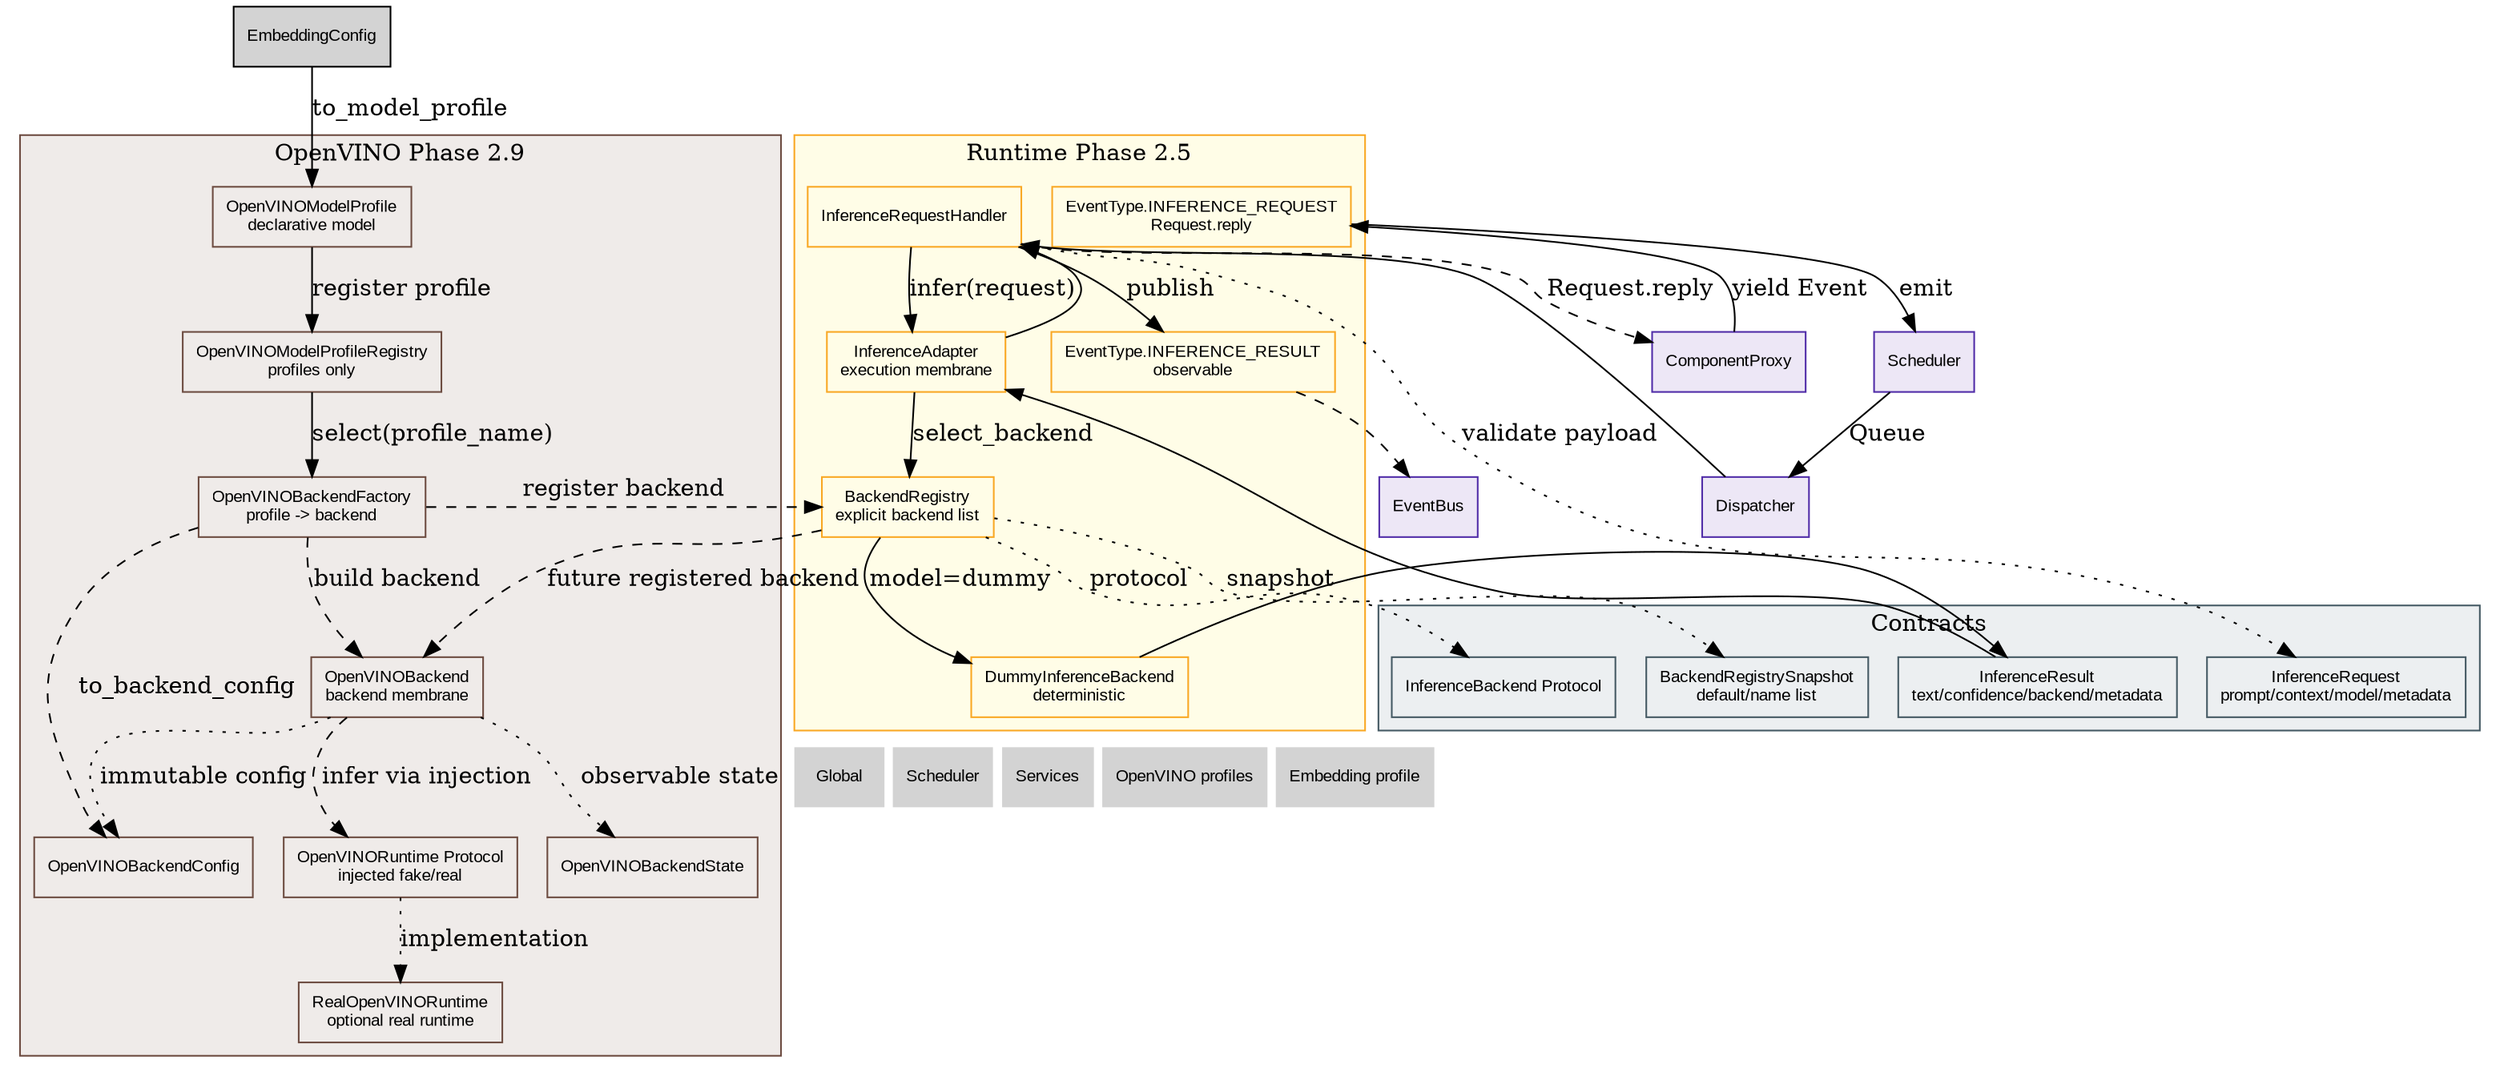
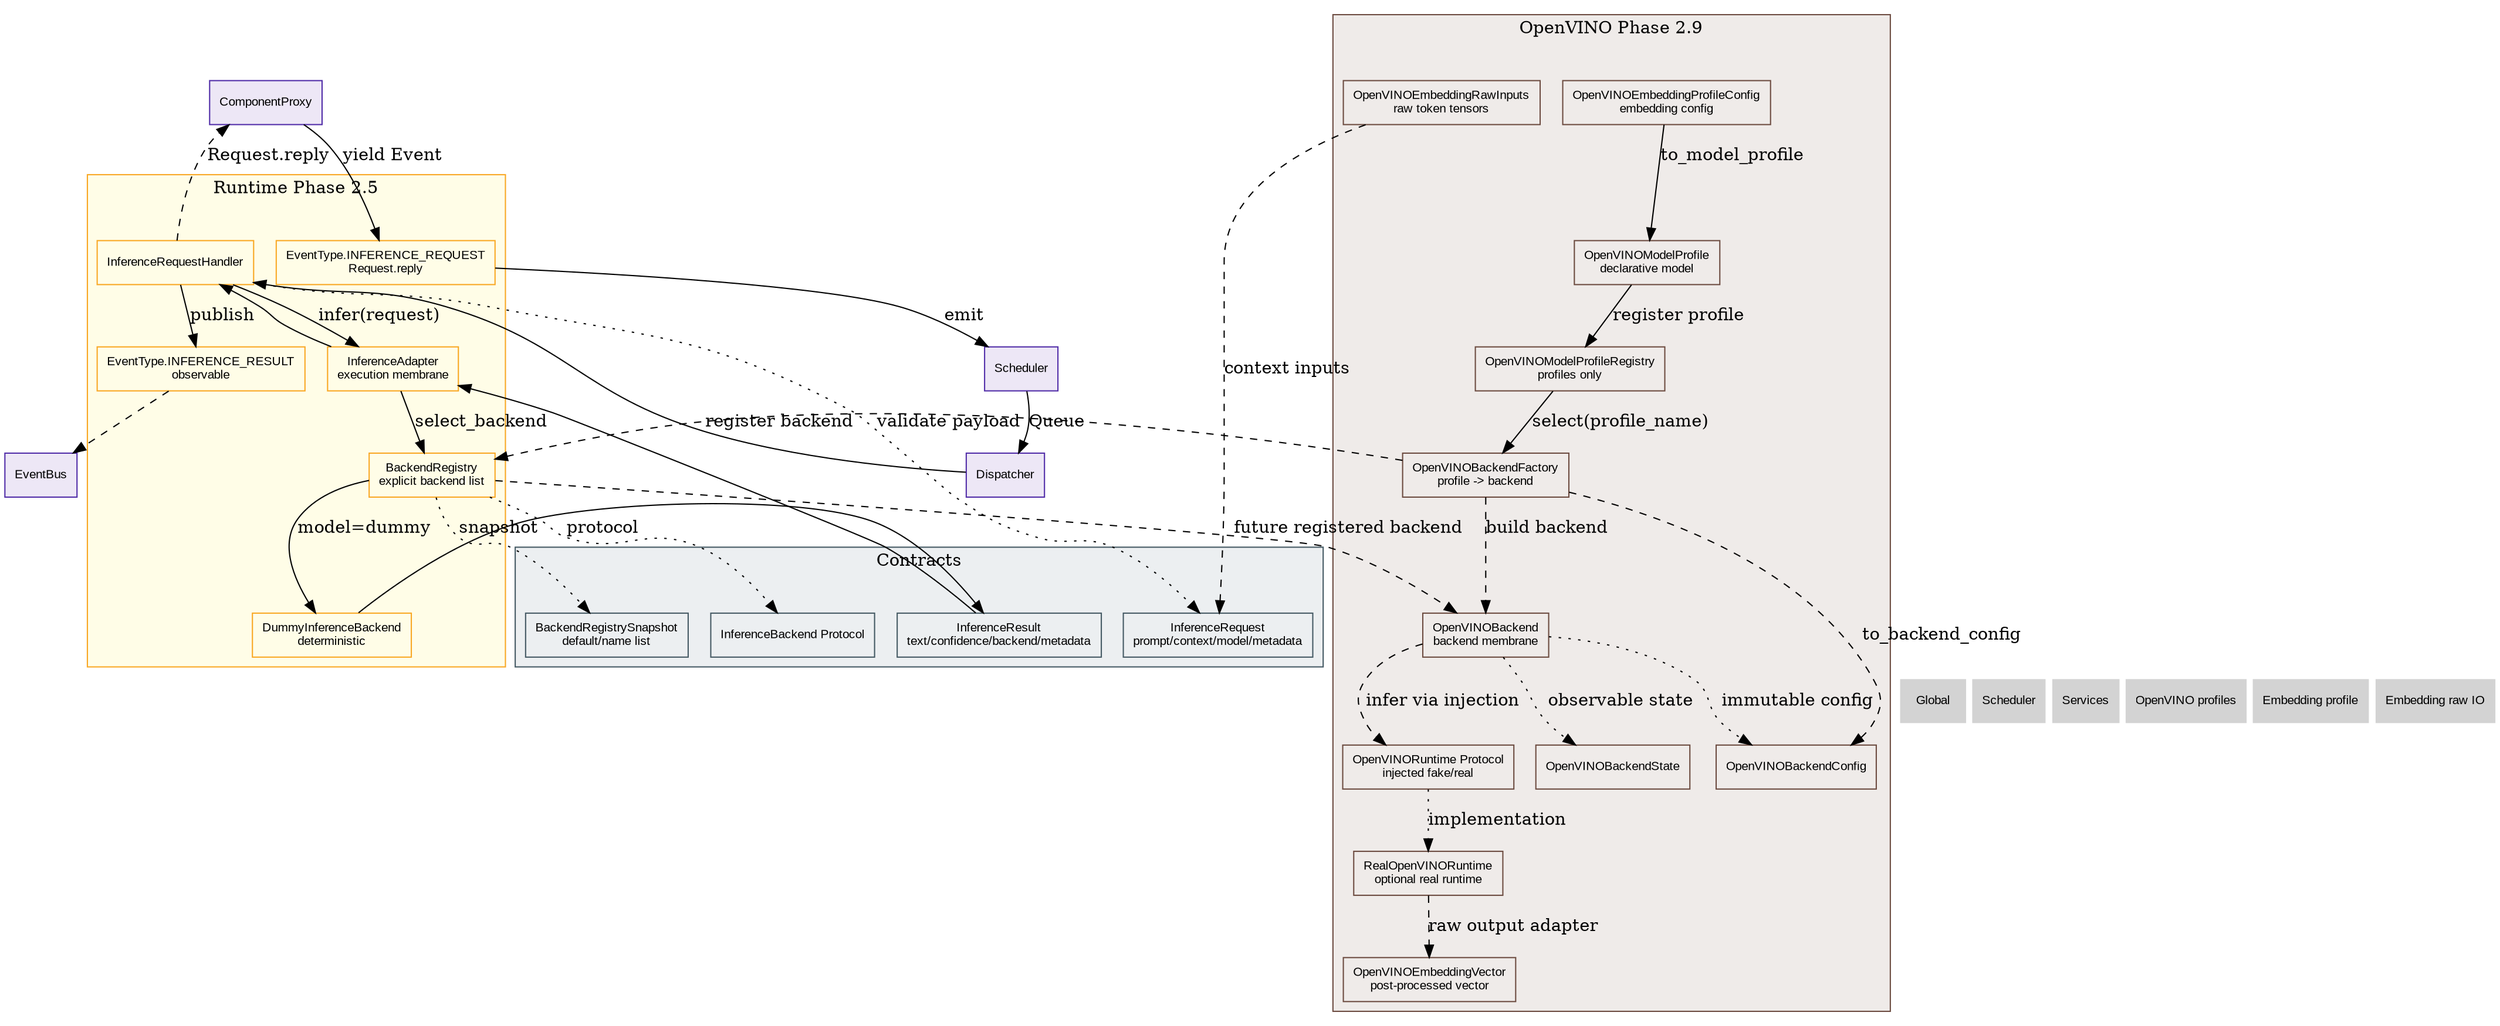
digraph Inference {
    // ROADMAP_ID: inference
    // ROADMAP_PARENT: 00_global.dot

    rankdir=TB;
    node [shape=box, style=filled, fontname="Arial", fontsize=10];

    // ROADMAP_NOTE[phase2_9]:
    // OpenVINOBackend possède maintenant un runtime réel optionnel isolé dans
    // inference/openvino_runtime.py. Le Scheduler, le Dispatcher et
    // ComponentProxy ne changent pas. Aucun modèle n'est imposé : le runtime
    // exécute uniquement des entrées OpenVINO brutes.

    // ROADMAP_NOTE[phase3_0]:
    // Les profils OpenVINO séparent le choix déclaratif des modèles de
    // BackendRegistry. On peut préparer embedding/generation/raw sans imposer
    // de tokenizer ni instancier OpenVINO.

    // ROADMAP_NOTE[phase3_1]:
    // OpenVINOBackendFactory devient le pont explicite entre profils déclarés
    // et backends enregistrés. Aucun fallback modèle n'est ajouté.

    // ROADMAP_NOTE[phase3_2]:
    // OpenVINOEmbeddingProfileConfig fournit une configuration de profil
    // embedding sans modèle local imposé et sans tokenizer intégré.
+ 
+     // ROADMAP_NOTE[phase3_3]:
+     // La couche embedding raw sépare tokens déjà préparés, inputs OpenVINO
+     // bruts, pooling/normalisation et vecteur final. Aucun tokenizer ni
+     // modèle précis n'est imposé.

    subgraph cluster_contracts {
        label="Contracts";
        color="#455a64";
        bgcolor="#eceff1";
        node [fillcolor="#eceff1", color="#455a64"];
        InferenceRequest [label="InferenceRequest\nprompt/context/model/metadata"];
        InferenceResult [label="InferenceResult\ntext/confidence/backend/metadata"];
        InferenceBackend [label="InferenceBackend Protocol"];
        RegistrySnapshot [label="BackendRegistrySnapshot\ndefault/name list"];
    }

    subgraph cluster_runtime {
        label="Runtime Phase 2.5";
        color="#f9a825";
        bgcolor="#fffde7";
        node [fillcolor="#fffde7", color="#f9a825"];
        EventRequest [label="EventType.INFERENCE_REQUEST\nRequest.reply"];
        Handler [label="InferenceRequestHandler"];
        Adapter [label="InferenceAdapter\nexecution membrane"];
        Registry [label="BackendRegistry\nexplicit backend list"];
        Dummy [label="DummyInferenceBackend\ndeterministic"];
        EventResult [label="EventType.INFERENCE_RESULT\nobservable"];
    }

    subgraph cluster_openvino_contract {
        label="OpenVINO Phase 2.9";
        color="#6d4c41";
        bgcolor="#efebe9";
        node [fillcolor="#efebe9", color="#6d4c41"];
        OpenVINO [label="OpenVINOBackend\nbackend membrane", URL="41_openvino_backend.svg"];
        OpenVINOConfig [label="OpenVINOBackendConfig"];
        OpenVINOState [label="OpenVINOBackendState"];
        OpenVINORuntime [label="OpenVINORuntime Protocol\ninjected fake/real"];
        RealRuntime [label="RealOpenVINORuntime\noptional real runtime", URL="42_openvino_runtime.svg"];
        ModelProfile [label="OpenVINOModelProfile\ndeclarative model", URL="43_openvino_profiles.svg"];
        ProfileRegistry [label="OpenVINOModelProfileRegistry\nprofiles only", URL="43_openvino_profiles.svg"];
        BackendFactory [label="OpenVINOBackendFactory\nprofile -> backend", URL="43_openvino_profiles.svg"];
+         EmbeddingConfig [label="OpenVINOEmbeddingProfileConfig\nembedding config", URL="44_openvino_embedding_profile.svg"];
+         EmbeddingRaw [label="OpenVINOEmbeddingRawInputs\nraw token tensors", URL="45_openvino_embedding_raw.svg"];
+         EmbeddingVector [label="OpenVINOEmbeddingVector\npost-processed vector", URL="45_openvino_embedding_raw.svg"];
    }

    Scheduler [fillcolor="#ede7f6", color="#512da8", URL="../scheduler/10_scheduler.svg"];
    Dispatcher [fillcolor="#ede7f6", color="#512da8", URL="../scheduler/dispatcher/11_dispatcher.svg"];
    ComponentProxy [fillcolor="#ede7f6", color="#512da8", URL="../scheduler/component_proxy/14_component_proxy.svg"];
    EventBus [fillcolor="#ede7f6", color="#512da8", URL="../scheduler/event_bus/12_event_bus.svg"];

    ComponentProxy -> EventRequest [label="yield Event"];
    EventRequest -> Scheduler [label="emit"];
    Scheduler -> Dispatcher [label="Queue"];
    Dispatcher -> Handler;
    Handler -> InferenceRequest [style=dotted, label="validate payload"];
    Handler -> Adapter [label="infer(request)"];
    Adapter -> Registry [label="select_backend"];
    Registry -> RegistrySnapshot [style=dotted, label="snapshot"];
    Registry -> InferenceBackend [style=dotted, label="protocol"];
    Registry -> Dummy [label="model=dummy"];
    Dummy -> InferenceResult;
    InferenceResult -> Adapter;
    Adapter -> Handler;
    Handler -> ComponentProxy [label="Request.reply", style=dashed];
    Handler -> EventResult [label="publish"];
    EventResult -> EventBus [style=dashed];

    Registry -> OpenVINO [style=dashed, label="future registered backend"];
    OpenVINO -> OpenVINOConfig [style=dotted, label="immutable config"];
    OpenVINO -> OpenVINOState [style=dotted, label="observable state"];
    OpenVINO -> OpenVINORuntime [style=dashed, label="infer via injection"];
    OpenVINORuntime -> RealRuntime [style=dotted, label="implementation"];
    EmbeddingConfig -> ModelProfile [label="to_model_profile"];
+     EmbeddingRaw -> InferenceRequest [style=dashed, label="context inputs"];
+     RealRuntime -> EmbeddingVector [style=dashed, label="raw output adapter"];
    ModelProfile -> ProfileRegistry [label="register profile"];
    ProfileRegistry -> BackendFactory [label="select(profile_name)"];
    BackendFactory -> OpenVINOConfig [style=dashed, label="to_backend_config"];
    BackendFactory -> OpenVINO [style=dashed, label="build backend"];
    BackendFactory -> Registry [style=dashed, label="register backend"];

    Nav_Global [label="Global", shape=plaintext, URL="../00_global.svg"];
    Nav_Scheduler [label="Scheduler", shape=plaintext, URL="../scheduler/10_scheduler.svg"];
    Nav_Services [label="Services", shape=plaintext, URL="../services/30_services.svg"];
    Nav_Profiles [label="OpenVINO profiles", shape=plaintext, URL="43_openvino_profiles.svg"];
    Nav_Embedding [label="Embedding profile", shape=plaintext, URL="44_openvino_embedding_profile.svg"];
+     Nav_EmbeddingRaw [label="Embedding raw IO", shape=plaintext, URL="45_openvino_embedding_raw.svg"];

-     { rank=sink; Nav_Global; Nav_Scheduler; Nav_Services; Nav_Profiles; Nav_Embedding; }
+     { rank=sink; Nav_Global; Nav_Scheduler; Nav_Services; Nav_Profiles; Nav_Embedding; Nav_EmbeddingRaw; }
}
